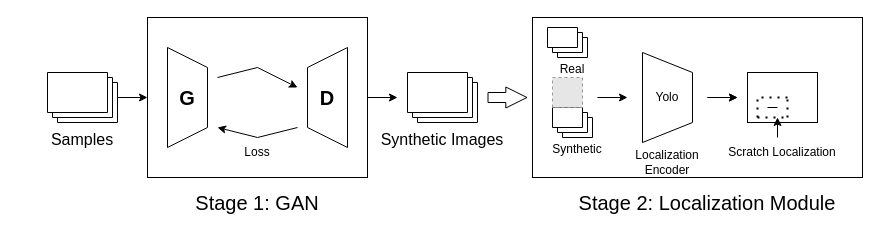
The draw.io diagram Pipeline Diagram.drawio in ranjulbn20/Diagrams, before the edit. Source tidied: cells renumbered, new cells numbered last; positions are measured from the earlier drawing's top-left corner, leaving out a move shared by most shapes. Both pictures are drawn from the tidied source at 100%, with x=0, y=0 at pixel (17, 17). Pictures stored in the file or linked from it are replaced by grey dashed boxes.
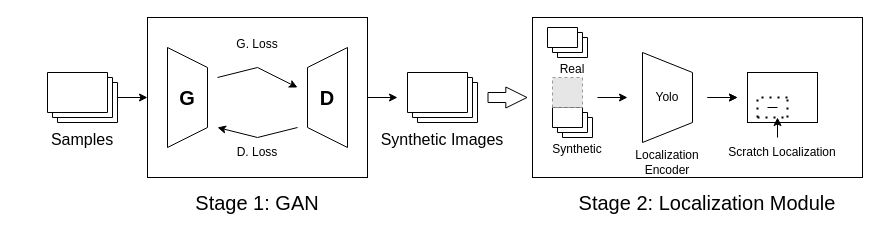
The same diagram, later.

What changed in the source:
```diff
@@
-    <mxCell id="9" value="Loss" style="text;html=1;strokeColor=none;fillColor=none;align=center;verticalAlign=middle;whiteSpace=wrap;rounded=0;" parent="1" vertex="1">
+    <mxCell id="9" value="D. Loss" style="text;html=1;strokeColor=none;fillColor=none;align=center;verticalAlign=middle;whiteSpace=wrap;rounded=0;" parent="1" vertex="1">
       <mxGeometry x="210" y="120" width="60" height="30" as="geometry" />
     </mxCell>
@@
+    <mxCell id="38" value="G. Loss" style="text;html=1;strokeColor=none;fillColor=none;align=center;verticalAlign=middle;whiteSpace=wrap;rounded=0;" parent="1" vertex="1">
+      <mxGeometry x="210" y="12" width="60" height="30" as="geometry" />
+    </mxCell>
```
